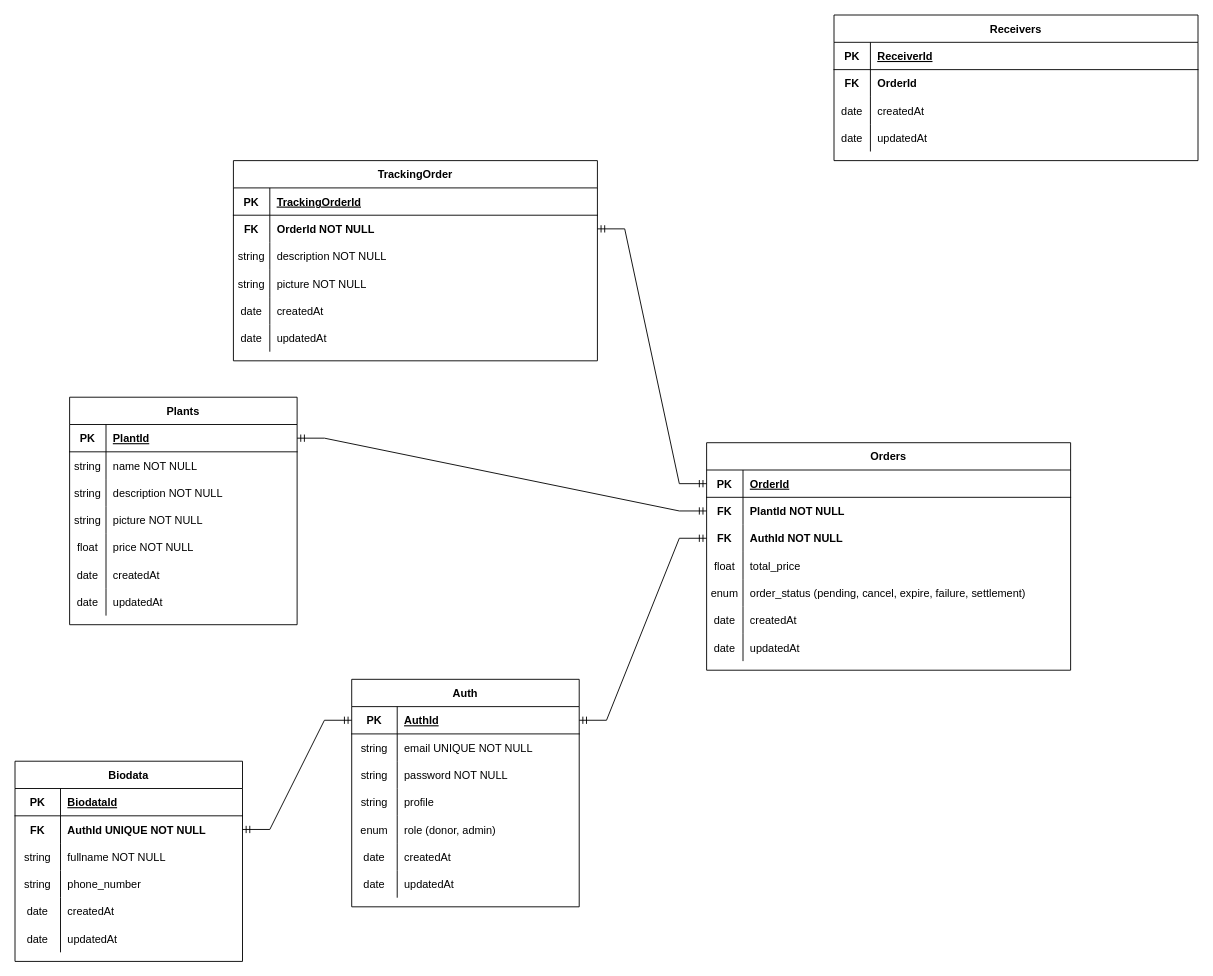
HaradaKumiko/tanam-backend keeps this draw.io diagram as docs/Mini Project.drawio. Above is the earlier version. Source tidied: cells renumbered, new cells numbered last; positions are measured from the earlier drawing's top-left corner, leaving out a move shared by most shapes. Both pictures are drawn from the tidied source at 91%, with x=0, y=0 at pixel (15, 15).
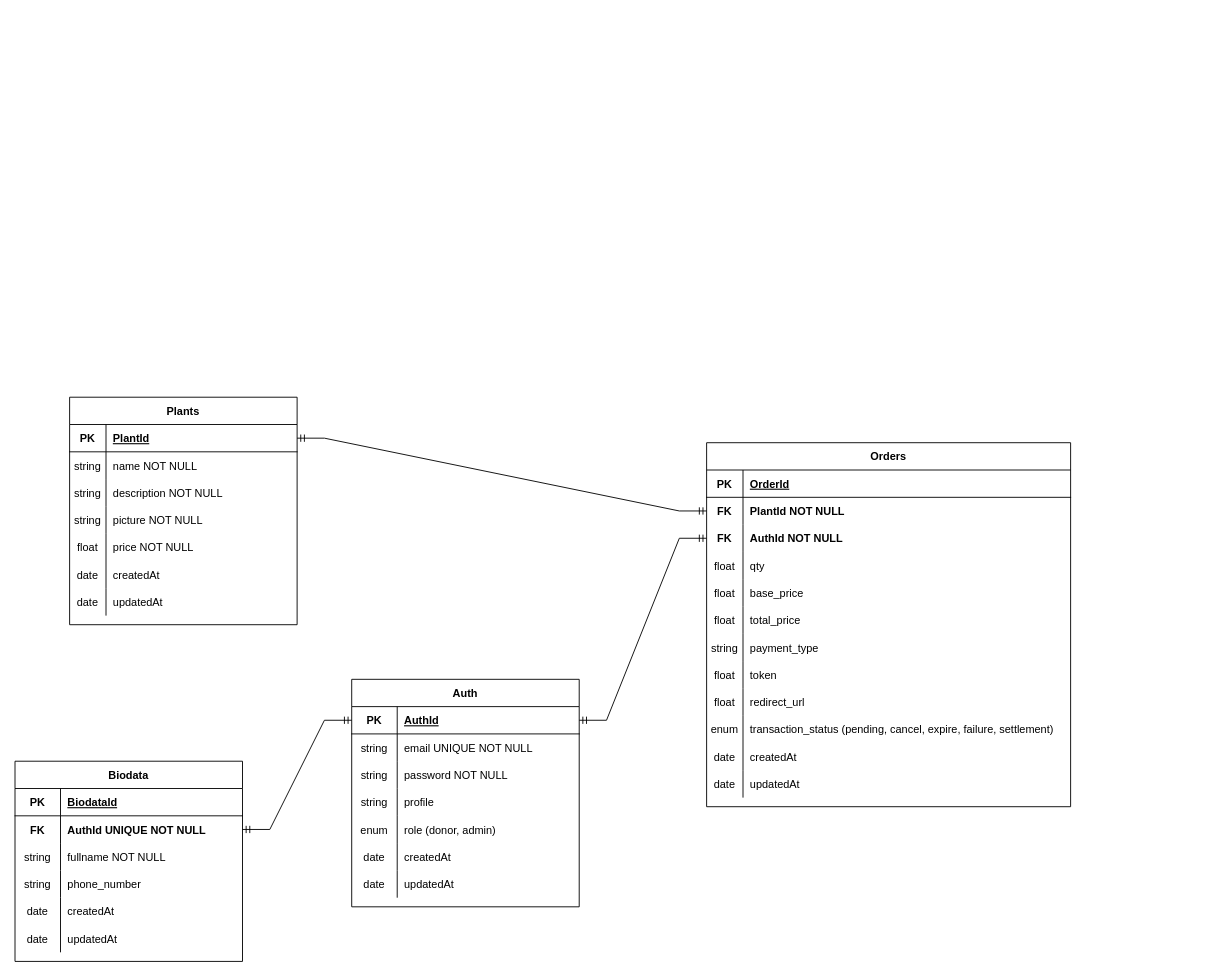
Above is the later version.

Unchanged cells that the change refers to:
```xml
<mxCell id="3" style="shape=partialRectangle;fillColor=none;points=[[0,0.5],[1,0.5]];portConstraint=eastwest;top=0;left=0;right=0;bottom=1;" parent="2" vertex="1">
  <mxGeometry y="30" width="400" height="30" as="geometry" />
</mxCell>
<mxCell id="12" style="shape=partialRectangle;fillColor=none;top=0;left=0;right=0;bottom=0;" parent="2" vertex="1">
  <mxGeometry y="120" width="400" height="30" as="geometry" />
</mxCell>
```

Diff of the diagram source:
```diff
@@
     <mxCell id="2" value="Orders" style="shape=table;startSize=30;childLayout=tableLayout;rowLines=0;fontStyle=1;align=center;" parent="1" vertex="1">
-      <mxGeometry x="760" y="470" width="400" height="250" as="geometry" />
+      <mxGeometry x="760" y="470" width="400" height="400" as="geometry" />
     </mxCell>
@@
-    <mxCell id="14" value="total_price" style="shape=partialRectangle;overflow=hidden;fillColor=none;top=0;left=0;bottom=0;right=0;align=left;spacingLeft=6;fontStyle=0;" parent="12" vertex="1">
+    <mxCell id="14" value="qty" style="shape=partialRectangle;overflow=hidden;fillColor=none;top=0;left=0;bottom=0;right=0;align=left;spacingLeft=6;fontStyle=0;" parent="12" vertex="1">
       <mxGeometry x="40" width="360" height="30" as="geometry" />
     </mxCell>
+    <mxCell id="101" style="shape=partialRectangle;fillColor=none;top=0;left=0;right=0;bottom=0;" parent="2" vertex="1">
+      <mxGeometry y="150" width="400" height="30" as="geometry" />
+    </mxCell>
+    <mxCell id="123" value="float" style="shape=partialRectangle;overflow=hidden;fillColor=none;top=0;left=0;bottom=0;right=0;fontStyle=0;" parent="101" vertex="1">
+      <mxGeometry width="40" height="30" as="geometry" />
+    </mxCell>
+    <mxCell id="124" value="base_price" style="shape=partialRectangle;overflow=hidden;fillColor=none;top=0;left=0;bottom=0;right=0;align=left;spacingLeft=6;fontStyle=0;" parent="101" vertex="1">
+      <mxGeometry x="40" width="360" height="30" as="geometry" />
+    </mxCell>
+    <mxCell id="104" style="shape=partialRectangle;fillColor=none;top=0;left=0;right=0;bottom=0;" parent="2" vertex="1">
+      <mxGeometry y="180" width="400" height="30" as="geometry" />
+    </mxCell>
+    <mxCell id="125" value="float" style="shape=partialRectangle;overflow=hidden;fillColor=none;top=0;left=0;bottom=0;right=0;fontStyle=0;" parent="104" vertex="1">
+      <mxGeometry width="40" height="30" as="geometry" />
+    </mxCell>
+    <mxCell id="126" value="total_price" style="shape=partialRectangle;overflow=hidden;fillColor=none;top=0;left=0;bottom=0;right=0;align=left;spacingLeft=6;fontStyle=0;" parent="104" vertex="1">
+      <mxGeometry x="40" width="360" height="30" as="geometry" />
+    </mxCell>
+    <mxCell id="127" style="shape=partialRectangle;fillColor=none;top=0;left=0;right=0;bottom=0;" parent="2" vertex="1">
+      <mxGeometry y="210" width="400" height="30" as="geometry" />
+    </mxCell>
+    <mxCell id="128" value="string" style="shape=partialRectangle;overflow=hidden;fillColor=none;top=0;left=0;bottom=0;right=0;fontStyle=0;" parent="127" vertex="1">
+      <mxGeometry width="40" height="30" as="geometry" />
+    </mxCell>
+    <mxCell id="129" value="payment_type" style="shape=partialRectangle;overflow=hidden;fillColor=none;top=0;left=0;bottom=0;right=0;align=left;spacingLeft=6;fontStyle=0;" parent="127" vertex="1">
+      <mxGeometry x="40" width="360" height="30" as="geometry" />
+    </mxCell>
+    <mxCell id="130" style="shape=partialRectangle;fillColor=none;top=0;left=0;right=0;bottom=0;" parent="2" vertex="1">
+      <mxGeometry y="240" width="400" height="30" as="geometry" />
+    </mxCell>
+    <mxCell id="131" value="float" style="shape=partialRectangle;overflow=hidden;fillColor=none;top=0;left=0;bottom=0;right=0;fontStyle=0;" parent="130" vertex="1">
+      <mxGeometry width="40" height="30" as="geometry" />
+    </mxCell>
+    <mxCell id="132" value="token" style="shape=partialRectangle;overflow=hidden;fillColor=none;top=0;left=0;bottom=0;right=0;align=left;spacingLeft=6;fontStyle=0;" parent="130" vertex="1">
+      <mxGeometry x="40" width="360" height="30" as="geometry" />
+    </mxCell>
+    <mxCell id="133" style="shape=partialRectangle;fillColor=none;top=0;left=0;right=0;bottom=0;" parent="2" vertex="1">
+      <mxGeometry y="270" width="400" height="30" as="geometry" />
+    </mxCell>
+    <mxCell id="134" value="float" style="shape=partialRectangle;overflow=hidden;fillColor=none;top=0;left=0;bottom=0;right=0;fontStyle=0;" parent="133" vertex="1">
+      <mxGeometry width="40" height="30" as="geometry" />
+    </mxCell>
+    <mxCell id="135" value="redirect_url" style="shape=partialRectangle;overflow=hidden;fillColor=none;top=0;left=0;bottom=0;right=0;align=left;spacingLeft=6;fontStyle=0;" parent="133" vertex="1">
+      <mxGeometry x="40" width="360" height="30" as="geometry" />
+    </mxCell>
     <mxCell id="15" style="shape=partialRectangle;fillColor=none;top=0;left=0;right=0;bottom=0;" parent="2" vertex="1">
-      <mxGeometry y="150" width="400" height="30" as="geometry" />
+      <mxGeometry y="300" width="400" height="30" as="geometry" />
     </mxCell>
@@
-    <mxCell id="17" value="order_status (pending, cancel, expire, failure, settlement)" style="shape=partialRectangle;overflow=hidden;fillColor=none;top=0;left=0;bottom=0;right=0;align=left;spacingLeft=6;fontStyle=0;" parent="15" vertex="1">
+    <mxCell id="17" value="transaction_status (pending, cancel, expire, failure, settlement)" style="shape=partialRectangle;overflow=hidden;fillColor=none;top=0;left=0;bottom=0;right=0;align=left;spacingLeft=6;fontStyle=0;" parent="15" vertex="1">
       <mxGeometry x="40" width="360" height="30" as="geometry" />
     </mxCell>
     <mxCell id="18" style="shape=partialRectangle;fillColor=none;top=0;left=0;right=0;bottom=0;" parent="2" vertex="1">
-      <mxGeometry y="180" width="400" height="30" as="geometry" />
+      <mxGeometry y="330" width="400" height="30" as="geometry" />
     </mxCell>
@@
     <mxCell id="21" style="shape=partialRectangle;fillColor=none;top=0;left=0;right=0;bottom=0;" parent="2" vertex="1">
-      <mxGeometry y="210" width="400" height="30" as="geometry" />
+      <mxGeometry y="360" width="400" height="30" as="geometry" />
     </mxCell>
@@
-    <mxCell id="88" value="TrackingOrder" style="shape=table;startSize=30;childLayout=tableLayout;rowLines=0;fontStyle=1;align=center;" parent="1" vertex="1">
-      <mxGeometry x="240" y="160" width="400" height="220" as="geometry" />
-    </mxCell>
-    <mxCell id="89" style="shape=partialRectangle;fillColor=none;top=0;left=0;right=0;bottom=1;" parent="88" vertex="1">
-      <mxGeometry y="30" width="400" height="30" as="geometry" />
-    </mxCell>
-    <mxCell id="90" value="PK" style="shape=partialRectangle;overflow=hidden;fillColor=none;top=0;left=0;bottom=0;right=0;fontStyle=1;" parent="89" vertex="1">
-      <mxGeometry width="40" height="30" as="geometry" />
-    </mxCell>
-    <mxCell id="91" value="TrackingOrderId" style="shape=partialRectangle;overflow=hidden;fillColor=none;top=0;left=0;bottom=0;right=0;align=left;spacingLeft=6;fontStyle=5;" parent="89" vertex="1">
-      <mxGeometry x="40" width="360" height="30" as="geometry" />
-    </mxCell>
-    <mxCell id="92" style="shape=partialRectangle;fillColor=none;points=[[0,0.5],[1,0.5]];portConstraint=eastwest;top=0;left=0;right=0;bottom=0;" parent="88" vertex="1">
-      <mxGeometry y="60" width="400" height="30" as="geometry" />
-    </mxCell>
-    <mxCell id="93" value="FK" style="shape=partialRectangle;overflow=hidden;fillColor=none;top=0;left=0;bottom=0;right=0;fontStyle=1;" parent="92" vertex="1">
-      <mxGeometry width="40" height="30" as="geometry" />
-    </mxCell>
-    <mxCell id="94" value="OrderId NOT NULL" style="shape=partialRectangle;overflow=hidden;fillColor=none;top=0;left=0;bottom=0;right=0;align=left;spacingLeft=6;fontStyle=1;" parent="92" vertex="1">
-      <mxGeometry x="40" width="360" height="30" as="geometry" />
-    </mxCell>
-    <mxCell id="95" style="shape=partialRectangle;fillColor=none;top=0;left=0;right=0;bottom=0;" parent="88" vertex="1">
-      <mxGeometry y="90" width="400" height="30" as="geometry" />
-    </mxCell>
-    <mxCell id="96" value="string" style="shape=partialRectangle;overflow=hidden;fillColor=none;top=0;left=0;bottom=0;right=0;fontStyle=0;" parent="95" vertex="1">
-      <mxGeometry width="40" height="30" as="geometry" />
-    </mxCell>
-    <mxCell id="97" value="description NOT NULL " style="shape=partialRectangle;overflow=hidden;fillColor=none;top=0;left=0;bottom=0;right=0;align=left;spacingLeft=6;fontStyle=0;" parent="95" vertex="1">
-      <mxGeometry x="40" width="360" height="30" as="geometry" />
-    </mxCell>
-    <mxCell id="98" style="shape=partialRectangle;fillColor=none;top=0;left=0;right=0;bottom=0;" parent="88" vertex="1">
-      <mxGeometry y="120" width="400" height="30" as="geometry" />
-    </mxCell>
-    <mxCell id="99" value="string" style="shape=partialRectangle;overflow=hidden;fillColor=none;top=0;left=0;bottom=0;right=0;fontStyle=0;" parent="98" vertex="1">
-      <mxGeometry width="40" height="30" as="geometry" />
-    </mxCell>
-    <mxCell id="100" value="picture NOT NULL" style="shape=partialRectangle;overflow=hidden;fillColor=none;top=0;left=0;bottom=0;right=0;align=left;spacingLeft=6;fontStyle=0;" parent="98" vertex="1">
-      <mxGeometry x="40" width="360" height="30" as="geometry" />
-    </mxCell>
-    <mxCell id="101" style="shape=partialRectangle;fillColor=none;top=0;left=0;right=0;bottom=0;" parent="88" vertex="1">
-      <mxGeometry y="150" width="400" height="30" as="geometry" />
-    </mxCell>
-    <mxCell id="102" value="date" style="shape=partialRectangle;overflow=hidden;fillColor=none;top=0;left=0;bottom=0;right=0;fontStyle=0;" parent="101" vertex="1">
-      <mxGeometry width="40" height="30" as="geometry" />
-    </mxCell>
-    <mxCell id="103" value="createdAt" style="shape=partialRectangle;overflow=hidden;fillColor=none;top=0;left=0;bottom=0;right=0;align=left;spacingLeft=6;fontStyle=0;" parent="101" vertex="1">
-      <mxGeometry x="40" width="360" height="30" as="geometry" />
-    </mxCell>
-    <mxCell id="104" style="shape=partialRectangle;fillColor=none;top=0;left=0;right=0;bottom=0;" parent="88" vertex="1">
-      <mxGeometry y="180" width="400" height="30" as="geometry" />
-    </mxCell>
-    <mxCell id="105" value="date" style="shape=partialRectangle;overflow=hidden;fillColor=none;top=0;left=0;bottom=0;right=0;fontStyle=0;" parent="104" vertex="1">
-      <mxGeometry width="40" height="30" as="geometry" />
-    </mxCell>
-    <mxCell id="106" value="updatedAt" style="shape=partialRectangle;overflow=hidden;fillColor=none;top=0;left=0;bottom=0;right=0;align=left;spacingLeft=6;fontStyle=0;" parent="104" vertex="1">
-      <mxGeometry x="40" width="360" height="30" as="geometry" />
-    </mxCell>
@@
-    <mxCell id="109" style="edgeStyle=entityRelationEdgeStyle;fontSize=12;html=1;endArrow=ERmandOne;startArrow=ERmandOne;rounded=0;entryX=0;entryY=0.5;entryDx=0;entryDy=0;exitX=1;exitY=0.5;exitDx=0;exitDy=0;" parent="1" edge="1" source="92" target="3">
-      <mxGeometry relative="1" as="geometry" />
-    </mxCell>
-    <mxCell id="110" value="Receivers" style="shape=table;startSize=30;childLayout=tableLayout;rowLines=0;fontStyle=1;align=center;" parent="1" vertex="1">
-      <mxGeometry x="900" width="400" height="160" as="geometry" />
-    </mxCell>
-    <mxCell id="111" style="shape=partialRectangle;fillColor=none;top=0;left=0;right=0;bottom=1;" parent="110" vertex="1">
-      <mxGeometry y="30" width="400" height="30" as="geometry" />
-    </mxCell>
-    <mxCell id="112" value="PK" style="shape=partialRectangle;overflow=hidden;fillColor=none;top=0;left=0;bottom=0;right=0;fontStyle=1;" parent="111" vertex="1">
-      <mxGeometry width="40" height="30" as="geometry" />
-    </mxCell>
-    <mxCell id="113" value="ReceiverId" style="shape=partialRectangle;overflow=hidden;fillColor=none;top=0;left=0;bottom=0;right=0;align=left;spacingLeft=6;fontStyle=5;" parent="111" vertex="1">
-      <mxGeometry x="40" width="360" height="30" as="geometry" />
-    </mxCell>
-    <mxCell id="114" style="shape=partialRectangle;fillColor=none;top=0;left=0;right=0;bottom=0;" parent="110" vertex="1">
-      <mxGeometry y="60" width="400" height="30" as="geometry" />
-    </mxCell>
-    <mxCell id="115" value="FK" style="shape=partialRectangle;overflow=hidden;fillColor=none;top=0;left=0;bottom=0;right=0;fontStyle=1;" parent="114" vertex="1">
-      <mxGeometry width="40" height="30" as="geometry" />
-    </mxCell>
-    <mxCell id="116" value="OrderId" style="shape=partialRectangle;overflow=hidden;fillColor=none;top=0;left=0;bottom=0;right=0;align=left;spacingLeft=6;fontStyle=1;" parent="114" vertex="1">
-      <mxGeometry x="40" width="360" height="30" as="geometry" />
-    </mxCell>
-    <mxCell id="117" style="shape=partialRectangle;fillColor=none;top=0;left=0;right=0;bottom=0;" parent="110" vertex="1">
-      <mxGeometry y="90" width="400" height="30" as="geometry" />
-    </mxCell>
-    <mxCell id="118" value="date" style="shape=partialRectangle;overflow=hidden;fillColor=none;top=0;left=0;bottom=0;right=0;fontStyle=0;" parent="117" vertex="1">
-      <mxGeometry width="40" height="30" as="geometry" />
-    </mxCell>
-    <mxCell id="119" value="createdAt" style="shape=partialRectangle;overflow=hidden;fillColor=none;top=0;left=0;bottom=0;right=0;align=left;spacingLeft=6;fontStyle=0;" parent="117" vertex="1">
-      <mxGeometry x="40" width="360" height="30" as="geometry" />
-    </mxCell>
-    <mxCell id="120" style="shape=partialRectangle;fillColor=none;top=0;left=0;right=0;bottom=0;" parent="110" vertex="1">
-      <mxGeometry y="120" width="400" height="30" as="geometry" />
-    </mxCell>
-    <mxCell id="121" value="date" style="shape=partialRectangle;overflow=hidden;fillColor=none;top=0;left=0;bottom=0;right=0;fontStyle=0;" parent="120" vertex="1">
-      <mxGeometry width="40" height="30" as="geometry" />
-    </mxCell>
-    <mxCell id="122" value="updatedAt" style="shape=partialRectangle;overflow=hidden;fillColor=none;top=0;left=0;bottom=0;right=0;align=left;spacingLeft=6;fontStyle=0;" parent="120" vertex="1">
-      <mxGeometry x="40" width="360" height="30" as="geometry" />
-    </mxCell>
```
